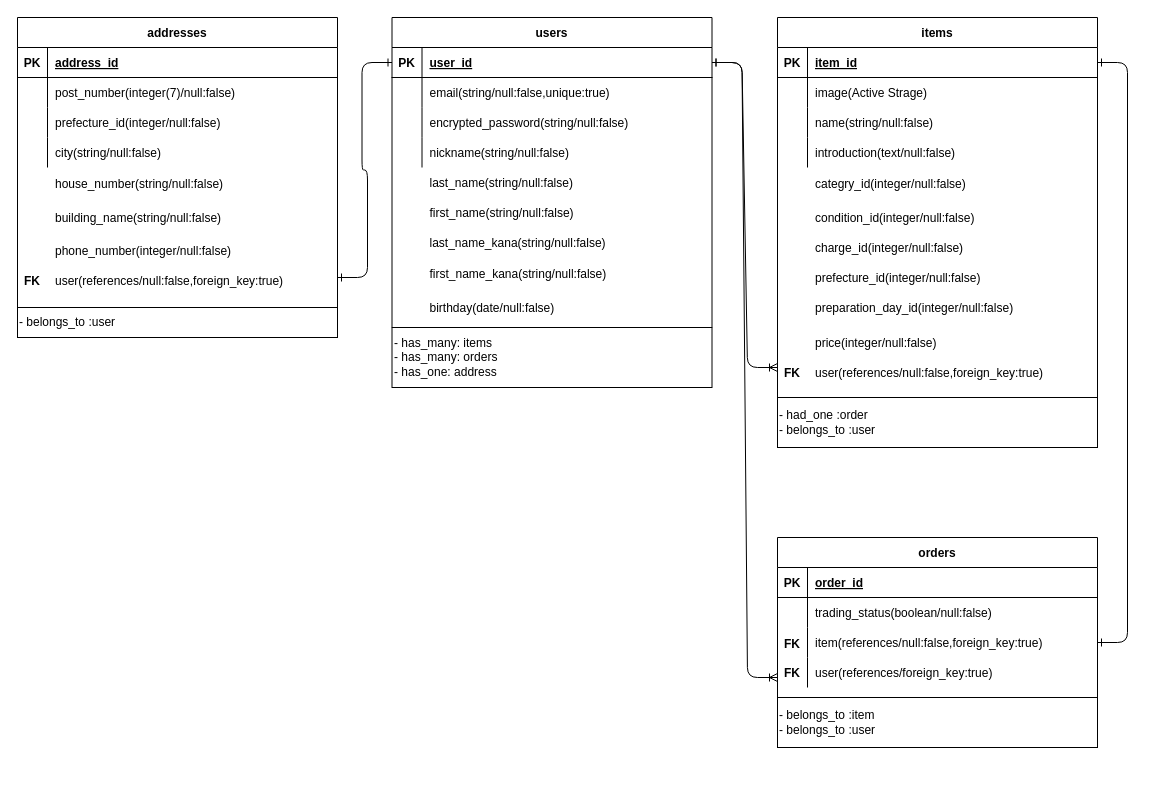
This is ER.dio from HIDEKAZU-YARITA/furima-32479, a draw.io file, before an edit. Source tidied: cells renumbered, new cells numbered last; positions are measured from the earlier drawing's top-left corner, leaving out a move shared by most shapes. Both pictures are drawn from the tidied source at 100%, with x=0, y=0 at pixel (17, 17).
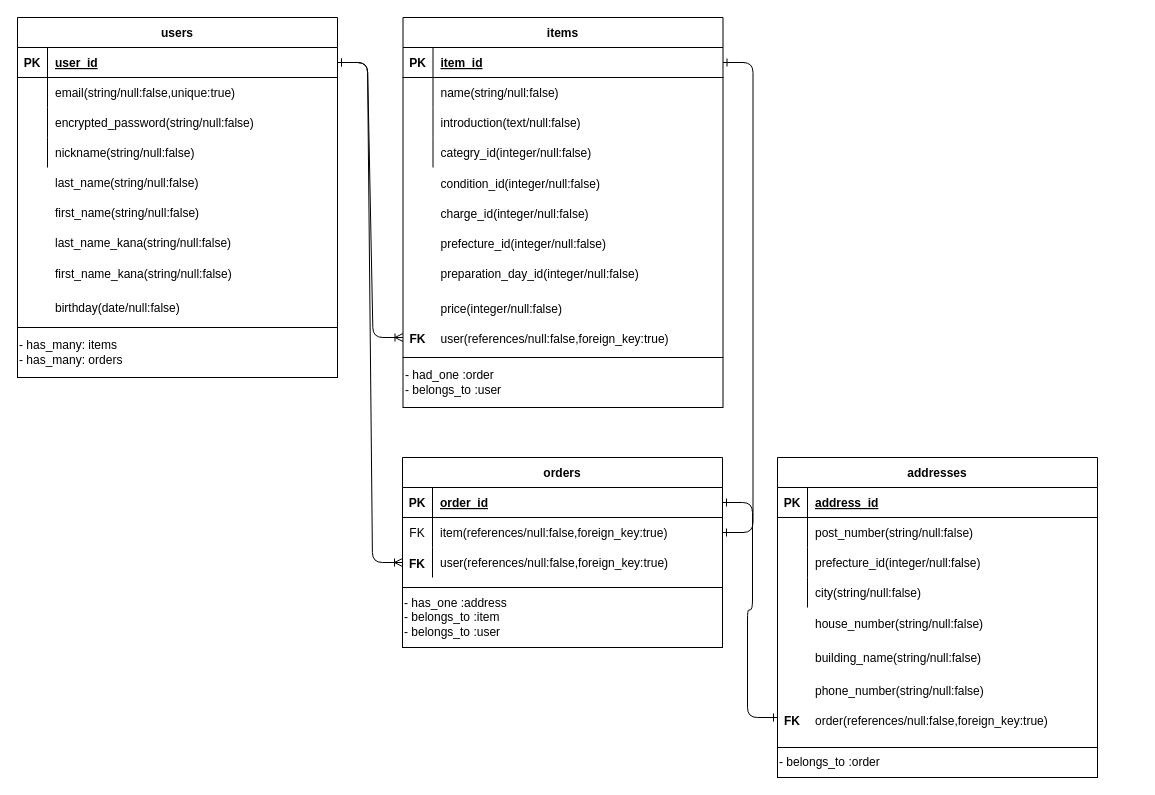
After the change.

Commit message (it also covers changes not shown here):
ER図・READMEの修正#2

Unchanged cells that the change refers to:
```xml
<mxCell id="3" style="shape=partialRectangle;fillColor=none;top=0;left=0;bottom=1;right=0;points=[[0,0.5],[1,0.5]];portConstraint=eastwest;" parent="2" vertex="1">
  <mxGeometry y="30" width="320" height="30" as="geometry" />
</mxCell>
<mxCell id="23" style="shape=partialRectangle;fillColor=none;top=0;left=0;bottom=0;right=0;" parent="19" vertex="1">
  <mxGeometry y="60" width="320" height="30" as="geometry" />
</mxCell>
<mxCell id="39" style="shape=partialRectangle;fillColor=none;top=0;left=0;bottom=1;right=0;points=[[0,0.5],[1,0.5]];portConstraint=eastwest;" parent="38" vertex="1">
  <mxGeometry y="30" width="320" height="30" as="geometry" />
</mxCell>
<mxCell id="42" style="shape=partialRectangle;fillColor=none;top=0;left=0;bottom=0;right=0;" parent="38" vertex="1">
  <mxGeometry y="60" width="320" height="30" as="geometry" />
</mxCell>
<mxCell id="45" style="shape=partialRectangle;fillColor=none;top=0;left=0;bottom=0;right=0;" parent="38" vertex="1">
  <mxGeometry y="90" width="320" height="30" as="geometry" />
</mxCell>
<mxCell id="48" style="shape=partialRectangle;fillColor=none;top=0;left=0;bottom=0;right=0;" parent="38" vertex="1">
  <mxGeometry y="120" width="320" height="30" as="geometry" />
</mxCell>
<mxCell id="60" style="shape=partialRectangle;fillColor=none;top=0;left=0;bottom=1;right=0;points=[[0,0.5],[1,0.5]];portConstraint=eastwest;" parent="59" vertex="1">
  <mxGeometry y="30" width="320" height="30" as="geometry" />
</mxCell>
<mxCell id="63" style="shape=partialRectangle;fillColor=none;top=0;left=0;bottom=0;right=0;points=[[0,0.5],[1,0.5]];portConstraint=eastwest;" parent="59" vertex="1">
  <mxGeometry y="60" width="320" height="30" as="geometry" />
</mxCell>
<mxCell id="66" style="shape=partialRectangle;fillColor=none;top=0;left=0;bottom=0;right=0;points=[[0,0.5],[1,0.5]];portConstraint=eastwest;" parent="59" vertex="1">
  <mxGeometry y="90" width="320" height="30" as="geometry" />
</mxCell>
```

The edit, as a diff of the source:
```diff
@@
     <mxCell id="2" value="users" style="shape=table;startSize=30;childLayout=tableLayout;rowLines=0;fontStyle=1;align=center;" parent="1" vertex="1">
-      <mxGeometry x="374.5" width="320" height="310" as="geometry" />
+      <mxGeometry width="320" height="310" as="geometry" />
     </mxCell>
@@
     <mxCell id="15" value="building_name(string/null:false)" style="shape=partialRectangle;fillColor=none;top=0;left=0;bottom=0;right=0;align=left;spacingLeft=6;overflow=hidden;" parent="1" vertex="1">
-      <mxGeometry x="30" y="185" width="290" height="30" as="geometry" />
+      <mxGeometry x="790" y="625" width="290" height="30" as="geometry" />
     </mxCell>
-    <mxCell id="16" value="phone_number(integer/null:false)" style="shape=partialRectangle;fillColor=none;top=0;left=0;bottom=0;right=0;align=left;spacingLeft=6;overflow=hidden;" parent="1" vertex="1">
-      <mxGeometry x="30" y="218" width="290" height="30" as="geometry" />
+    <mxCell id="16" value="phone_number(string/null:false)" style="shape=partialRectangle;fillColor=none;top=0;left=0;bottom=0;right=0;align=left;spacingLeft=6;overflow=hidden;" parent="1" vertex="1">
+      <mxGeometry x="790" y="658" width="290" height="30" as="geometry" />
     </mxCell>
     <mxCell id="17" style="shape=partialRectangle;fillColor=none;top=0;left=0;bottom=0;right=0;overflow=hidden;fontStyle=1;" parent="1" vertex="1">
-      <mxGeometry y="218" width="30" height="30" as="geometry" />
+      <mxGeometry x="760" y="658" width="30" height="30" as="geometry" />
     </mxCell>
     <mxCell id="18" value="house_number(string/null:false)" style="shape=partialRectangle;fillColor=none;top=0;left=0;bottom=0;right=0;align=left;spacingLeft=6;overflow=hidden;" parent="1" vertex="1">
-      <mxGeometry x="30" y="151" width="290" height="30" as="geometry" />
+      <mxGeometry x="790" y="591" width="290" height="30" as="geometry" />
     </mxCell>
     <mxCell id="19" value="addresses" style="shape=table;startSize=30;childLayout=tableLayout;rowLines=0;fontStyle=1;align=center;" parent="1" vertex="1">
-      <mxGeometry width="320" height="290" as="geometry" />
+      <mxGeometry x="760" y="440" width="320" height="290" as="geometry" />
     </mxCell>
@@
-    <mxCell id="25" value="post_number(integer(7)/null:false)" style="shape=partialRectangle;fillColor=none;top=0;left=0;bottom=0;right=0;align=left;spacingLeft=6;overflow=hidden;" parent="23" vertex="1">
+    <mxCell id="25" value="post_number(string/null:false)" style="shape=partialRectangle;fillColor=none;top=0;left=0;bottom=0;right=0;align=left;spacingLeft=6;overflow=hidden;" parent="23" vertex="1">
       <mxGeometry x="30" width="290" height="30" as="geometry" />
     </mxCell>
@@
     <mxCell id="32" value="charge_id(integer/null:false)" style="shape=partialRectangle;fillColor=none;top=0;left=0;bottom=0;right=0;align=left;spacingLeft=6;overflow=hidden;" parent="1" vertex="1">
-      <mxGeometry x="790" y="215" width="290" height="30" as="geometry" />
+      <mxGeometry x="415.5" y="181" width="290" height="30" as="geometry" />
     </mxCell>
     <mxCell id="33" value="condition_id(integer/null:false)" style="shape=partialRectangle;fillColor=none;top=0;left=0;bottom=0;right=0;align=left;spacingLeft=6;overflow=hidden;" parent="1" vertex="1">
-      <mxGeometry x="790" y="185" width="290" height="30" as="geometry" />
+      <mxGeometry x="415.5" y="151" width="290" height="30" as="geometry" />
     </mxCell>
     <mxCell id="34" value="user(references/null:false,foreign_key:true)" style="shape=partialRectangle;fillColor=none;top=0;left=0;bottom=0;right=0;align=left;spacingLeft=6;overflow=hidden;" parent="1" vertex="1">
-      <mxGeometry x="790" y="340" width="290" height="30" as="geometry" />
+      <mxGeometry x="415.5" y="306" width="290" height="30" as="geometry" />
     </mxCell>
     <mxCell id="35" value="FK" style="shape=partialRectangle;fillColor=none;top=0;left=0;bottom=0;right=0;overflow=hidden;fontStyle=1;" parent="1" vertex="1">
-      <mxGeometry x="760" y="340" width="30" height="30" as="geometry" />
+      <mxGeometry x="385.5" y="306" width="30" height="30" as="geometry" />
     </mxCell>
-    <mxCell id="36" value="categry_id(integer/null:false)" style="shape=partialRectangle;fillColor=none;top=0;left=0;bottom=0;right=0;align=left;spacingLeft=6;overflow=hidden;" parent="1" vertex="1">
-      <mxGeometry x="790" y="151" width="330" height="30" as="geometry" />
-    </mxCell>
     <mxCell id="37" value="prefecture_id(integer/null:false)" style="shape=partialRectangle;fillColor=none;top=0;left=0;bottom=0;right=0;align=left;spacingLeft=6;overflow=hidden;" parent="1" vertex="1">
-      <mxGeometry x="790" y="245" width="290" height="30" as="geometry" />
+      <mxGeometry x="415.5" y="211" width="290" height="30" as="geometry" />
     </mxCell>
     <mxCell id="38" value="items" style="shape=table;startSize=30;childLayout=tableLayout;rowLines=0;fontStyle=1;align=center;" parent="1" vertex="1">
-      <mxGeometry x="760" width="320" height="380" as="geometry" />
+      <mxGeometry x="385.5" width="320" height="340" as="geometry" />
     </mxCell>
@@
-    <mxCell id="44" value="image(Active Strage)" style="shape=partialRectangle;fillColor=none;top=0;left=0;bottom=0;right=0;align=left;spacingLeft=6;overflow=hidden;" parent="42" vertex="1">
+    <mxCell id="44" value="name(string/null:false)" style="shape=partialRectangle;fillColor=none;top=0;left=0;bottom=0;right=0;align=left;spacingLeft=6;overflow=hidden;" parent="42" vertex="1">
       <mxGeometry x="30" width="290" height="30" as="geometry" />
     </mxCell>
@@
-    <mxCell id="47" value="name(string/null:false)" style="shape=partialRectangle;fillColor=none;top=0;left=0;bottom=0;right=0;align=left;spacingLeft=6;overflow=hidden;" parent="45" vertex="1">
+    <mxCell id="47" value="introduction(text/null:false)" style="shape=partialRectangle;fillColor=none;top=0;left=0;bottom=0;right=0;align=left;spacingLeft=6;overflow=hidden;" parent="45" vertex="1">
       <mxGeometry x="30" width="290" height="30" as="geometry" />
     </mxCell>
@@
-    <mxCell id="50" value="introduction(text/null:false)" style="shape=partialRectangle;fillColor=none;top=0;left=0;bottom=0;right=0;align=left;spacingLeft=6;overflow=hidden;" parent="48" vertex="1">
+    <mxCell id="50" value="categry_id(integer/null:false)" style="shape=partialRectangle;fillColor=none;top=0;left=0;bottom=0;right=0;align=left;spacingLeft=6;overflow=hidden;" parent="48" vertex="1">
       <mxGeometry x="30" width="290" height="30" as="geometry" />
     </mxCell>
     <mxCell id="51" style="shape=partialRectangle;fillColor=none;top=0;left=0;bottom=0;right=0;overflow=hidden;fontStyle=1;" parent="1" vertex="1">
-      <mxGeometry x="760" y="151" width="30" height="30" as="geometry" />
+      <mxGeometry x="385.5" y="151" width="30" height="30" as="geometry" />
     </mxCell>
     <mxCell id="52" style="shape=partialRectangle;fillColor=none;top=0;left=0;bottom=0;right=0;overflow=hidden;fontStyle=1;" parent="1" vertex="1">
-      <mxGeometry x="760" y="185" width="30" height="30" as="geometry" />
+      <mxGeometry x="385.5" y="185" width="30" height="30" as="geometry" />
     </mxCell>
     <mxCell id="53" style="shape=partialRectangle;fillColor=none;top=0;left=0;bottom=0;right=0;overflow=hidden;fontStyle=1;" parent="1" vertex="1">
-      <mxGeometry x="760" y="215" width="30" height="30" as="geometry" />
+      <mxGeometry x="385.5" y="215" width="30" height="30" as="geometry" />
     </mxCell>
     <mxCell id="54" value="preparation_day_id(integer/null:false)" style="shape=partialRectangle;fillColor=none;top=0;left=0;bottom=0;right=0;align=left;spacingLeft=6;overflow=hidden;" parent="1" vertex="1">
-      <mxGeometry x="790" y="275" width="290" height="30" as="geometry" />
+      <mxGeometry x="415.5" y="241" width="290" height="30" as="geometry" />
     </mxCell>
     <mxCell id="55" style="shape=partialRectangle;fillColor=none;top=0;left=0;bottom=0;right=0;overflow=hidden;fontStyle=1;" parent="1" vertex="1">
-      <mxGeometry x="760" y="275" width="30" height="30" as="geometry" />
+      <mxGeometry x="385.5" y="275" width="30" height="30" as="geometry" />
     </mxCell>
     <mxCell id="56" value="price(integer/null:false)" style="shape=partialRectangle;fillColor=none;top=0;left=0;bottom=0;right=0;align=left;spacingLeft=6;overflow=hidden;" parent="1" vertex="1">
-      <mxGeometry x="790" y="310" width="290" height="30" as="geometry" />
+      <mxGeometry x="415.5" y="276" width="290" height="30" as="geometry" />
     </mxCell>
-    <mxCell id="57" value="- belongs_to :user" style="rounded=0;whiteSpace=wrap;html=1;align=left;" parent="1" vertex="1">
-      <mxGeometry y="290" width="320" height="30" as="geometry" />
+    <mxCell id="57" value="- belongs_to :order" style="rounded=0;whiteSpace=wrap;html=1;align=left;" parent="1" vertex="1">
+      <mxGeometry x="760" y="730" width="320" height="30" as="geometry" />
     </mxCell>
-    <mxCell id="58" value="- has_many: items&lt;br&gt;- has_many: orders&lt;br&gt;- has_one: address" style="rounded=0;whiteSpace=wrap;html=1;align=left;" parent="1" vertex="1">
-      <mxGeometry x="374.5" y="310" width="320" height="60" as="geometry" />
+    <mxCell id="58" value="- has_many: items&lt;br&gt;- has_many: orders" style="rounded=0;whiteSpace=wrap;html=1;align=left;" parent="1" vertex="1">
+      <mxGeometry y="310" width="320" height="50" as="geometry" />
     </mxCell>
     <mxCell id="59" value="orders" style="shape=table;startSize=30;childLayout=tableLayout;rowLines=0;fontStyle=1;align=center;" parent="1" vertex="1">
-      <mxGeometry x="760" y="520" width="320" height="160" as="geometry" />
+      <mxGeometry x="385" y="440" width="320" height="130" as="geometry" />
     </mxCell>
@@
-    <mxCell id="64" style="shape=partialRectangle;fillColor=none;top=0;left=0;bottom=0;right=0;overflow=hidden;" parent="63" vertex="1">
+    <mxCell id="64" value="FK" style="shape=partialRectangle;fillColor=none;top=0;left=0;bottom=0;right=0;overflow=hidden;" parent="63" vertex="1">
       <mxGeometry width="30" height="30" as="geometry" />
     </mxCell>
-    <mxCell id="65" value="trading_status(boolean/null:false)" style="shape=partialRectangle;fillColor=none;top=0;left=0;bottom=0;right=0;align=left;spacingLeft=6;overflow=hidden;" parent="63" vertex="1">
+    <mxCell id="65" value="item(references/null:false,foreign_key:true)" style="shape=partialRectangle;fillColor=none;top=0;left=0;bottom=0;right=0;align=left;spacingLeft=6;overflow=hidden;" parent="63" vertex="1">
       <mxGeometry x="30" width="290" height="30" as="geometry" />
     </mxCell>
@@
-    <mxCell id="68" value="item(references/null:false,foreign_key:true)" style="shape=partialRectangle;fillColor=none;top=0;left=0;bottom=0;right=0;align=left;spacingLeft=6;overflow=hidden;" parent="66" vertex="1">
+    <mxCell id="68" value="user(references/null:false,foreign_key:true)" style="shape=partialRectangle;fillColor=none;top=0;left=0;bottom=0;right=0;align=left;spacingLeft=6;overflow=hidden;" parent="66" vertex="1">
       <mxGeometry x="30" width="290" height="30" as="geometry" />
     </mxCell>
-    <mxCell id="69" style="shape=partialRectangle;fillColor=none;top=0;left=0;bottom=0;right=0;" parent="59" vertex="1">
-      <mxGeometry y="120" width="320" height="30" as="geometry" />
-    </mxCell>
-    <mxCell id="70" style="shape=partialRectangle;fillColor=none;top=0;left=0;bottom=0;right=0;overflow=hidden;" parent="69" vertex="1">
-      <mxGeometry width="30" height="30" as="geometry" />
-    </mxCell>
-    <mxCell id="71" value="user(references/foreign_key:true)" style="shape=partialRectangle;fillColor=none;top=0;left=0;bottom=0;right=0;align=left;spacingLeft=6;overflow=hidden;" parent="69" vertex="1">
-      <mxGeometry x="30" width="290" height="30" as="geometry" />
-    </mxCell>
-    <mxCell id="72" value="FK" style="shape=partialRectangle;fillColor=none;top=0;left=0;bottom=0;right=0;overflow=hidden;fontStyle=1;" parent="1" vertex="1">
-      <mxGeometry x="760" y="640" width="30" height="30" as="geometry" />
-    </mxCell>
     <mxCell id="73" value="FK" style="shape=partialRectangle;fillColor=none;top=0;left=0;bottom=0;right=0;overflow=hidden;fontStyle=1;" parent="1" vertex="1">
-      <mxGeometry x="760" y="611" width="30" height="30" as="geometry" />
+      <mxGeometry x="385" y="531" width="30" height="30" as="geometry" />
     </mxCell>
-    <mxCell id="74" value="- belongs_to :item&lt;br&gt;- belongs_to :user" style="rounded=0;whiteSpace=wrap;html=1;align=left;" parent="1" vertex="1">
-      <mxGeometry x="760" y="680" width="320" height="50" as="geometry" />
+    <mxCell id="74" value="- has_one :address&lt;br&gt;- belongs_to :item&lt;br&gt;- belongs_to :user" style="rounded=0;whiteSpace=wrap;html=1;align=left;" parent="1" vertex="1">
+      <mxGeometry x="385" y="570" width="320" height="60" as="geometry" />
     </mxCell>
     <mxCell id="75" value="- had_one :order&lt;br&gt;- belongs_to :user&lt;br&gt;" style="rounded=0;whiteSpace=wrap;html=1;align=left;" parent="1" vertex="1">
-      <mxGeometry x="760" y="380" width="320" height="50" as="geometry" />
+      <mxGeometry x="385.5" y="340" width="320" height="50" as="geometry" />
     </mxCell>
-    <mxCell id="76" style="edgeStyle=entityRelationEdgeStyle;fontSize=12;html=1;endArrow=ERone;startArrow=ERone;entryX=0;entryY=0.5;entryDx=0;entryDy=0;startFill=0;endFill=0;" parent="1" edge="1" target="3">
-      <mxGeometry relative="1" as="geometry">
-        <mxPoint x="320" y="260" as="sourcePoint" />
-      </mxGeometry>
-    </mxCell>
     <mxCell id="77" style="edgeStyle=entityRelationEdgeStyle;fontSize=12;html=1;endArrow=ERoneToMany;exitX=1;exitY=0.5;exitDx=0;exitDy=0;startArrow=ERone;startFill=0;" parent="1" edge="1" source="3">
       <mxGeometry relative="1" as="geometry">
-        <mxPoint x="760" y="350" as="targetPoint" />
+        <mxPoint x="385.5" y="320" as="targetPoint" />
       </mxGeometry>
     </mxCell>
-    <mxCell id="78" style="edgeStyle=entityRelationEdgeStyle;fontSize=12;html=1;endArrow=ERoneToMany;startArrow=ERone;startFill=0;exitX=1;exitY=0.5;exitDx=0;exitDy=0;" parent="1" edge="1" source="3">
-      <mxGeometry relative="1" as="geometry">
-        <mxPoint x="760" y="660" as="targetPoint" />
-      </mxGeometry>
+    <mxCell id="78" style="edgeStyle=entityRelationEdgeStyle;fontSize=12;html=1;endArrow=ERoneToMany;startArrow=ERone;startFill=0;exitX=1;exitY=0.5;exitDx=0;exitDy=0;" parent="1" edge="1" source="3" target="66">
+      <mxGeometry relative="1" as="geometry" />
     </mxCell>
-    <mxCell id="79" style="edgeStyle=entityRelationEdgeStyle;fontSize=12;html=1;endArrow=ERone;startArrow=ERone;startFill=0;endFill=0;" parent="1" edge="1" source="66" target="39">
+    <mxCell id="79" style="edgeStyle=entityRelationEdgeStyle;fontSize=12;html=1;endArrow=ERone;startArrow=ERone;startFill=0;endFill=0;" parent="1" edge="1" source="63" target="39">
       <mxGeometry relative="1" as="geometry" />
     </mxCell>
     <mxCell id="80" style="shape=partialRectangle;fillColor=none;top=0;left=0;bottom=0;right=0;" parent="1" vertex="1">
-      <mxGeometry x="394.5" y="280" width="320" height="30" as="geometry" />
+      <mxGeometry x="20" y="280" width="320" height="30" as="geometry" />
     </mxCell>
@@
-    <mxCell id="82" value="user(references/null:false,foreign_key:true)" style="shape=partialRectangle;fillColor=none;top=0;left=0;bottom=0;right=0;align=left;spacingLeft=6;overflow=hidden;" parent="1" vertex="1">
-      <mxGeometry x="30" y="248" width="290" height="30" as="geometry" />
+    <mxCell id="82" value="order(references/null:false,foreign_key:true)" style="shape=partialRectangle;fillColor=none;top=0;left=0;bottom=0;right=0;align=left;spacingLeft=6;overflow=hidden;" parent="1" vertex="1">
+      <mxGeometry x="790" y="688" width="290" height="30" as="geometry" />
     </mxCell>
     <mxCell id="83" value="FK" style="shape=partialRectangle;fillColor=none;top=0;left=0;bottom=0;right=0;overflow=hidden;fontStyle=1;" parent="1" vertex="1">
-      <mxGeometry y="248" width="30" height="30" as="geometry" />
+      <mxGeometry x="760" y="688" width="30" height="30" as="geometry" />
     </mxCell>
     <mxCell id="84" value="birthday(date/null:false)" style="shape=partialRectangle;fillColor=none;top=0;left=0;bottom=0;right=0;align=left;spacingLeft=6;overflow=hidden;" parent="1" vertex="1">
-      <mxGeometry x="404.5" y="275" width="290" height="30" as="geometry" />
+      <mxGeometry x="30" y="275" width="290" height="30" as="geometry" />
     </mxCell>
     <mxCell id="85" value="first_name_kana(string/null:false)" style="shape=partialRectangle;fillColor=none;top=0;left=0;bottom=0;right=0;align=left;spacingLeft=6;overflow=hidden;" parent="1" vertex="1">
-      <mxGeometry x="404.5" y="241" width="290" height="30" as="geometry" />
+      <mxGeometry x="30" y="241" width="290" height="30" as="geometry" />
     </mxCell>
     <mxCell id="86" style="shape=partialRectangle;fillColor=none;top=0;left=0;bottom=0;right=0;" parent="1" vertex="1">
-      <mxGeometry x="374.5" y="150" width="320" height="30" as="geometry" />
+      <mxGeometry y="150" width="320" height="30" as="geometry" />
     </mxCell>
@@
     <mxCell id="89" style="shape=partialRectangle;fillColor=none;top=0;left=0;bottom=0;right=0;" parent="1" vertex="1">
-      <mxGeometry x="374.5" y="180" width="320" height="30" as="geometry" />
+      <mxGeometry y="180" width="320" height="30" as="geometry" />
     </mxCell>
@@
     <mxCell id="92" style="shape=partialRectangle;fillColor=none;top=0;left=0;bottom=0;right=0;" parent="1" vertex="1">
-      <mxGeometry x="374.5" y="210" width="320" height="30" as="geometry" />
+      <mxGeometry y="210" width="320" height="30" as="geometry" />
     </mxCell>
@@
+    <mxCell id="95" style="edgeStyle=entityRelationEdgeStyle;fontSize=12;html=1;endArrow=ERone;startArrow=ERone;exitX=1;exitY=0.5;exitDx=0;exitDy=0;startFill=0;endFill=0;" parent="1" edge="1" source="60">
+      <mxGeometry relative="1" as="geometry">
+        <mxPoint x="760" y="700" as="targetPoint" />
+      </mxGeometry>
+    </mxCell>
```
